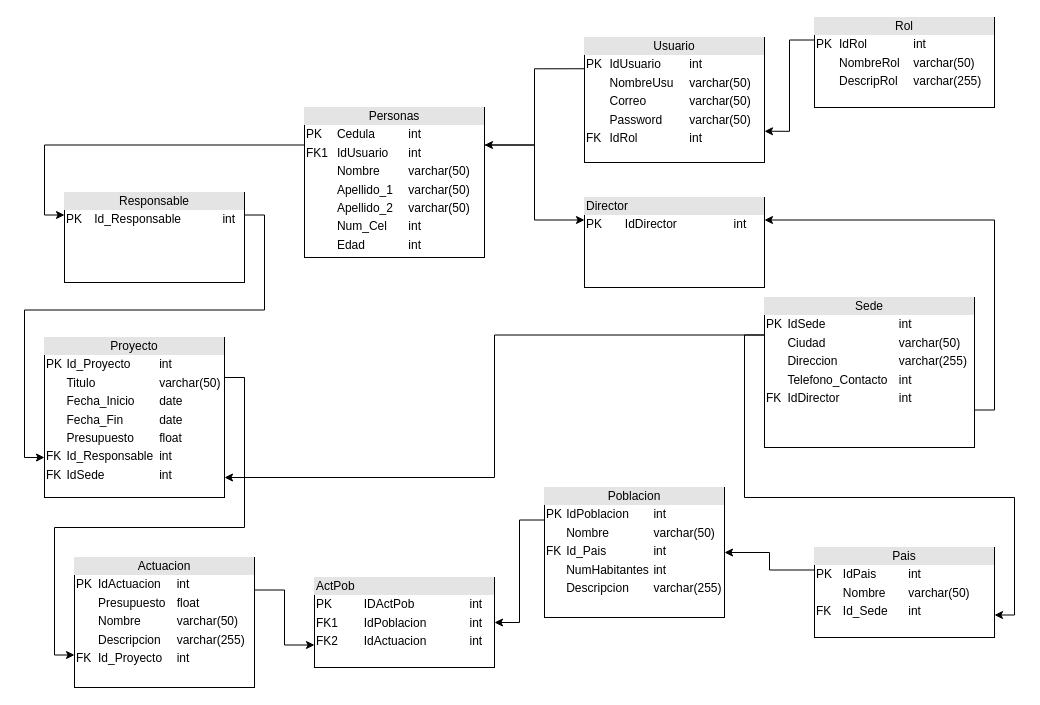
Earlier version of the draw.io diagram BD.drawio (NotJarethGG/CosasVarias). Source tidied: cells renumbered, new cells numbered last; positions are measured from the earlier drawing's top-left corner, leaving out a move shared by most shapes. Both pictures are drawn from the tidied source at 100%, with x=0, y=0 at pixel (44, 17).
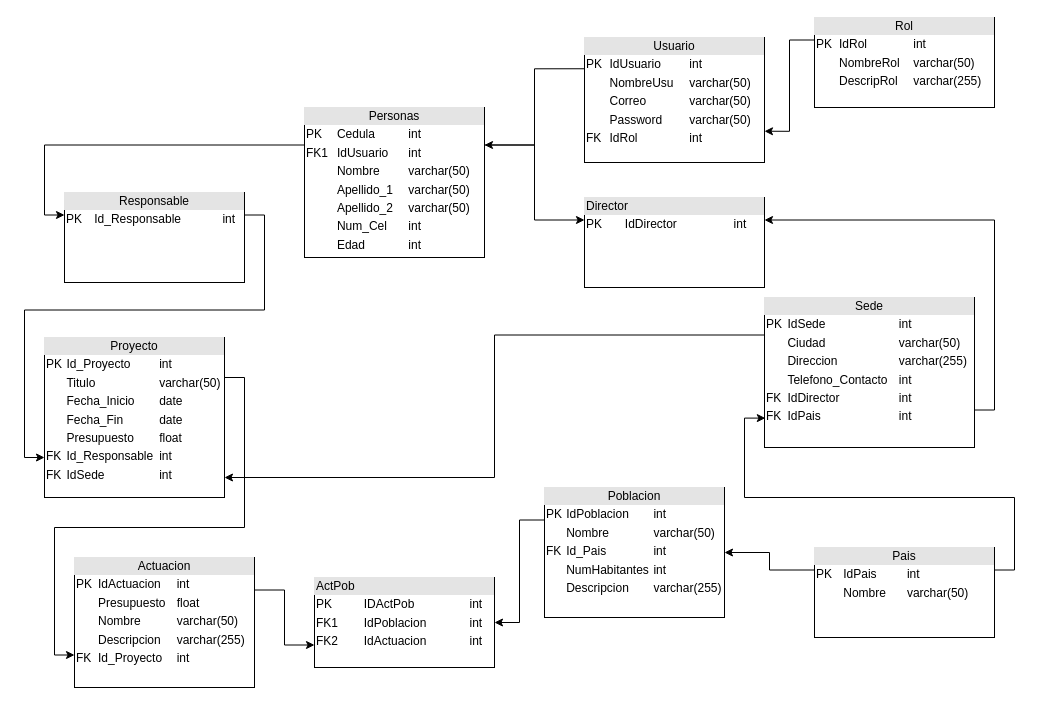
After the change.

What changed in the source:
```diff
@@
-    <mxCell id="9" style="edgeStyle=orthogonalEdgeStyle;rounded=0;jettySize=auto;html=1;exitX=0;exitY=0.25;exitDx=0;exitDy=0;entryX=1;entryY=0.75;entryDx=0;entryDy=0;" parent="1" edge="1" source="12" target="14">
-      <mxGeometry relative="1" as="geometry" />
-    </mxCell>
@@
-    <mxCell id="12" value="&lt;div style=&quot;text-align: center; box-sizing: border-box; width: 100%; background: rgb(228, 228, 228); padding: 2px;&quot;&gt;Sede&lt;/div&gt;&lt;table style=&quot;width:100%;font-size:1em;&quot; cellpadding=&quot;2&quot; cellspacing=&quot;0&quot;&gt;&lt;tbody&gt;&lt;tr&gt;&lt;td&gt;PK&lt;/td&gt;&lt;td&gt;IdSede&lt;/td&gt;&lt;td&gt;int&lt;/td&gt;&lt;/tr&gt;&lt;tr&gt;&lt;td&gt;&lt;br&gt;&lt;/td&gt;&lt;td&gt;Ciudad&lt;/td&gt;&lt;td&gt;varchar(50)&lt;br&gt;&lt;/td&gt;&lt;/tr&gt;&lt;tr&gt;&lt;td&gt;&lt;/td&gt;&lt;td&gt;Direccion&lt;/td&gt;&lt;td&gt;varchar(255)&lt;br&gt;&lt;/td&gt;&lt;/tr&gt;&lt;tr&gt;&lt;td&gt;&lt;br&gt;&lt;/td&gt;&lt;td&gt;Telefono_Contacto&lt;/td&gt;&lt;td&gt;int&lt;/td&gt;&lt;/tr&gt;&lt;tr&gt;&lt;td&gt;FK&lt;/td&gt;&lt;td&gt;IdDirector&lt;/td&gt;&lt;td&gt;int&lt;/td&gt;&lt;/tr&gt;&lt;/tbody&gt;&lt;/table&gt;" style="verticalAlign=top;align=left;overflow=fill;html=1;whiteSpace=wrap;" parent="1" vertex="1">
+    <mxCell id="12" value="&lt;div style=&quot;text-align: center; box-sizing: border-box; width: 100%; background: rgb(228, 228, 228); padding: 2px;&quot;&gt;Sede&lt;/div&gt;&lt;table style=&quot;width:100%;font-size:1em;&quot; cellpadding=&quot;2&quot; cellspacing=&quot;0&quot;&gt;&lt;tbody&gt;&lt;tr&gt;&lt;td&gt;PK&lt;/td&gt;&lt;td&gt;IdSede&lt;/td&gt;&lt;td&gt;int&lt;/td&gt;&lt;/tr&gt;&lt;tr&gt;&lt;td&gt;&lt;br&gt;&lt;/td&gt;&lt;td&gt;Ciudad&lt;/td&gt;&lt;td&gt;varchar(50)&lt;br&gt;&lt;/td&gt;&lt;/tr&gt;&lt;tr&gt;&lt;td&gt;&lt;/td&gt;&lt;td&gt;Direccion&lt;/td&gt;&lt;td&gt;varchar(255)&lt;br&gt;&lt;/td&gt;&lt;/tr&gt;&lt;tr&gt;&lt;td&gt;&lt;br&gt;&lt;/td&gt;&lt;td&gt;Telefono_Contacto&lt;/td&gt;&lt;td&gt;int&lt;/td&gt;&lt;/tr&gt;&lt;tr&gt;&lt;td&gt;FK&lt;/td&gt;&lt;td&gt;IdDirector&lt;/td&gt;&lt;td&gt;int&lt;/td&gt;&lt;/tr&gt;&lt;tr&gt;&lt;td&gt;FK&lt;/td&gt;&lt;td&gt;IdPais&lt;/td&gt;&lt;td&gt;int&lt;/td&gt;&lt;/tr&gt;&lt;/tbody&gt;&lt;/table&gt;" style="verticalAlign=top;align=left;overflow=fill;html=1;whiteSpace=wrap;" parent="1" vertex="1">
       <mxGeometry x="720" y="280" width="210" height="150" as="geometry" />
     </mxCell>
@@
-    <mxCell id="14" value="&lt;div style=&quot;text-align: center; box-sizing: border-box; width: 100%; background: rgb(228, 228, 228); padding: 2px;&quot;&gt;Pais&lt;/div&gt;&lt;table style=&quot;width:100%;font-size:1em;&quot; cellpadding=&quot;2&quot; cellspacing=&quot;0&quot;&gt;&lt;tbody&gt;&lt;tr&gt;&lt;td&gt;PK&lt;/td&gt;&lt;td&gt;IdPais&lt;/td&gt;&lt;td&gt;int&lt;/td&gt;&lt;/tr&gt;&lt;tr&gt;&lt;td&gt;&lt;br&gt;&lt;/td&gt;&lt;td&gt;Nombre&lt;/td&gt;&lt;td&gt;varchar(50)&lt;br&gt;&lt;/td&gt;&lt;/tr&gt;&lt;tr&gt;&lt;td&gt;FK&lt;/td&gt;&lt;td&gt;Id_Sede&lt;/td&gt;&lt;td&gt;int&lt;/td&gt;&lt;/tr&gt;&lt;/tbody&gt;&lt;/table&gt;" style="verticalAlign=top;align=left;overflow=fill;html=1;whiteSpace=wrap;" parent="1" vertex="1">
+    <mxCell id="14" value="&lt;div style=&quot;text-align: center; box-sizing: border-box; width: 100%; background: rgb(228, 228, 228); padding: 2px;&quot;&gt;Pais&lt;/div&gt;&lt;table style=&quot;width:100%;font-size:1em;&quot; cellpadding=&quot;2&quot; cellspacing=&quot;0&quot;&gt;&lt;tbody&gt;&lt;tr&gt;&lt;td&gt;PK&lt;/td&gt;&lt;td&gt;IdPais&lt;/td&gt;&lt;td&gt;int&lt;/td&gt;&lt;/tr&gt;&lt;tr&gt;&lt;td&gt;&lt;br&gt;&lt;/td&gt;&lt;td&gt;Nombre&lt;/td&gt;&lt;td&gt;varchar(50)&lt;br&gt;&lt;/td&gt;&lt;/tr&gt;&lt;tr&gt;&lt;td&gt;&lt;br&gt;&lt;/td&gt;&lt;td&gt;&lt;br&gt;&lt;/td&gt;&lt;td&gt;&lt;br&gt;&lt;/td&gt;&lt;/tr&gt;&lt;/tbody&gt;&lt;/table&gt;" style="verticalAlign=top;align=left;overflow=fill;html=1;whiteSpace=wrap;" parent="1" vertex="1">
       <mxGeometry x="770" y="530" width="180" height="90" as="geometry" />
     </mxCell>
@@
+    <mxCell id="25" style="edgeStyle=orthogonalEdgeStyle;rounded=0;jettySize=auto;html=1;exitX=1;exitY=0.25;exitDx=0;exitDy=0;entryX=0.004;entryY=0.804;entryDx=0;entryDy=0;entryPerimeter=0;" parent="1" edge="1" source="14" target="12">
+      <mxGeometry relative="1" as="geometry" />
+    </mxCell>
```
